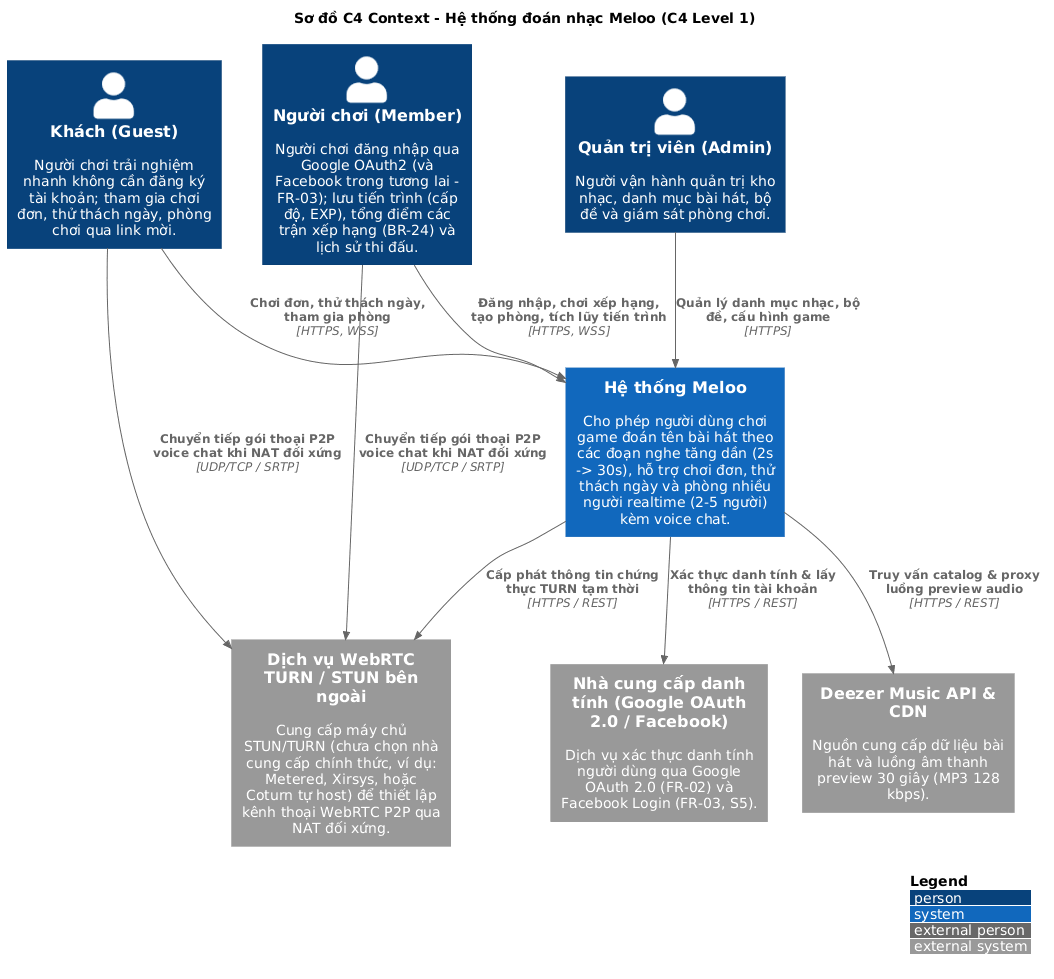
The PlantUML diagram docs/uml/c4/c4-context.png in ThaiDevv/meloo, before a commit.
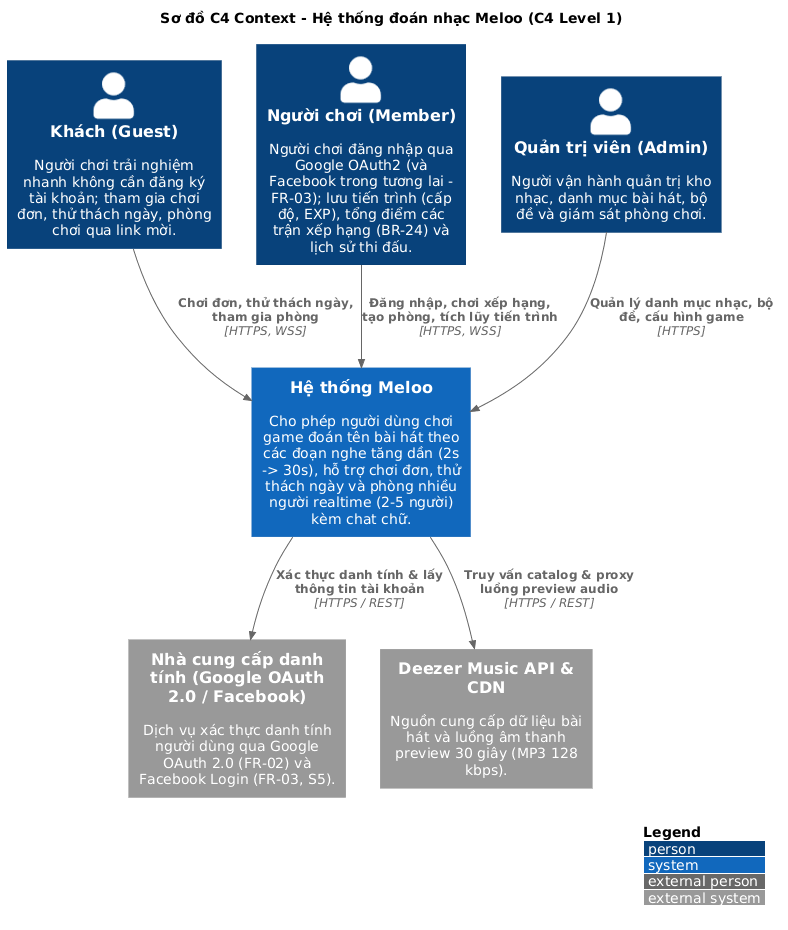
After the change.

What changed in the source:
```diff
@@ -9,11 +9,10 @@
 Person(user, "Người chơi (Member)", "Người chơi đăng nhập qua Google OAuth2 (và Facebook trong tương lai - FR-03); lưu tiến trình (cấp độ, EXP), tổng điểm các trận xếp hạng (BR-24) và lịch sử thi đấu.")
 Person(admin, "Quản trị viên (Admin)", "Người vận hành quản trị kho nhạc, danh mục bài hát, bộ đề và giám sát phòng chơi.")
 
-System(meloo, "Hệ thống Meloo", "Cho phép người dùng chơi game đoán tên bài hát theo các đoạn nghe tăng dần (2s -> 30s), hỗ trợ chơi đơn, thử thách ngày và phòng nhiều người realtime (2-5 người) kèm voice chat.")
+System(meloo, "Hệ thống Meloo", "Cho phép người dùng chơi game đoán tên bài hát theo các đoạn nghe tăng dần (2s -> 30s), hỗ trợ chơi đơn, thử thách ngày và phòng nhiều người realtime (2-5 người) kèm chat chữ.")
 
 System_Ext(auth_providers, "Nhà cung cấp danh tính (Google OAuth 2.0 / Facebook)", "Dịch vụ xác thực danh tính người dùng qua Google OAuth 2.0 (FR-02) và Facebook Login (FR-03, S5).")
 System_Ext(deezer, "Deezer Music API & CDN", "Nguồn cung cấp dữ liệu bài hát và luồng âm thanh preview 30 giây (MP3 128 kbps).")
-System_Ext(turn, "Dịch vụ WebRTC TURN / STUN bên ngoài", "Cung cấp máy chủ STUN/TURN (chưa chọn nhà cung cấp chính thức, ví dụ: Metered, Xirsys, hoặc Coturn tự host) để thiết lập kênh thoại WebRTC P2P qua NAT đối xứng.")
 
 Rel(guest, meloo, "Chơi đơn, thử thách ngày, tham gia phòng", "HTTPS, WSS")
 Rel(user, meloo, "Đăng nhập, chơi xếp hạng, tạo phòng, tích lũy tiến trình", "HTTPS, WSS")
@@ -21,8 +20,5 @@
 
 Rel(meloo, auth_providers, "Xác thực danh tính & lấy thông tin tài khoản", "HTTPS / REST")
 Rel(meloo, deezer, "Truy vấn catalog & proxy luồng preview audio", "HTTPS / REST")
-Rel(meloo, turn, "Cấp phát thông tin chứng thực TURN tạm thời", "HTTPS / REST")
-Rel(user, turn, "Chuyển tiếp gói thoại P2P voice chat khi NAT đối xứng", "UDP/TCP / SRTP")
-Rel(guest, turn, "Chuyển tiếp gói thoại P2P voice chat khi NAT đối xứng", "UDP/TCP / SRTP")
 
 @enduml
```
